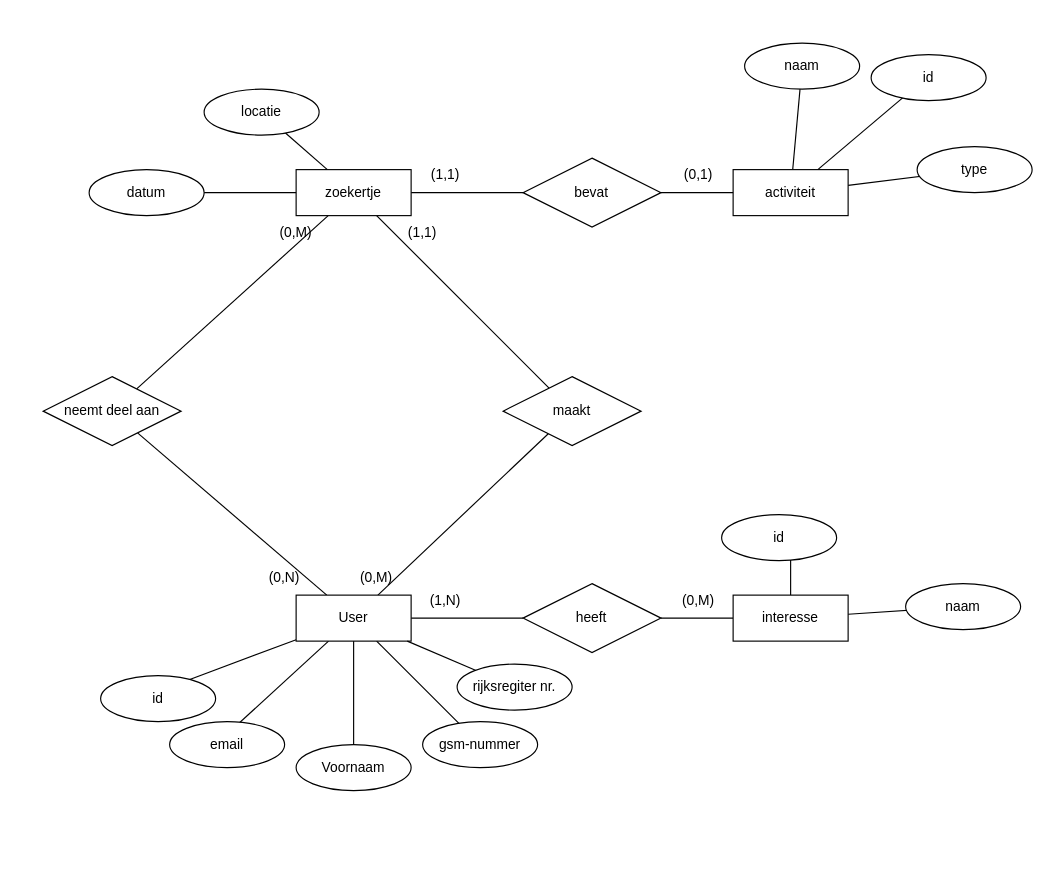
Before: analysis/conceptueelmodel.drawio in UCLL-Full-stack/project2425-group6-15, a draw.io diagram. Source tidied: cells renumbered, new cells numbered last; positions are measured from the earlier drawing's top-left corner, leaving out a move shared by most shapes. Both pictures are drawn from the tidied source at 115%, with x=0, y=0 at pixel (43, 43).
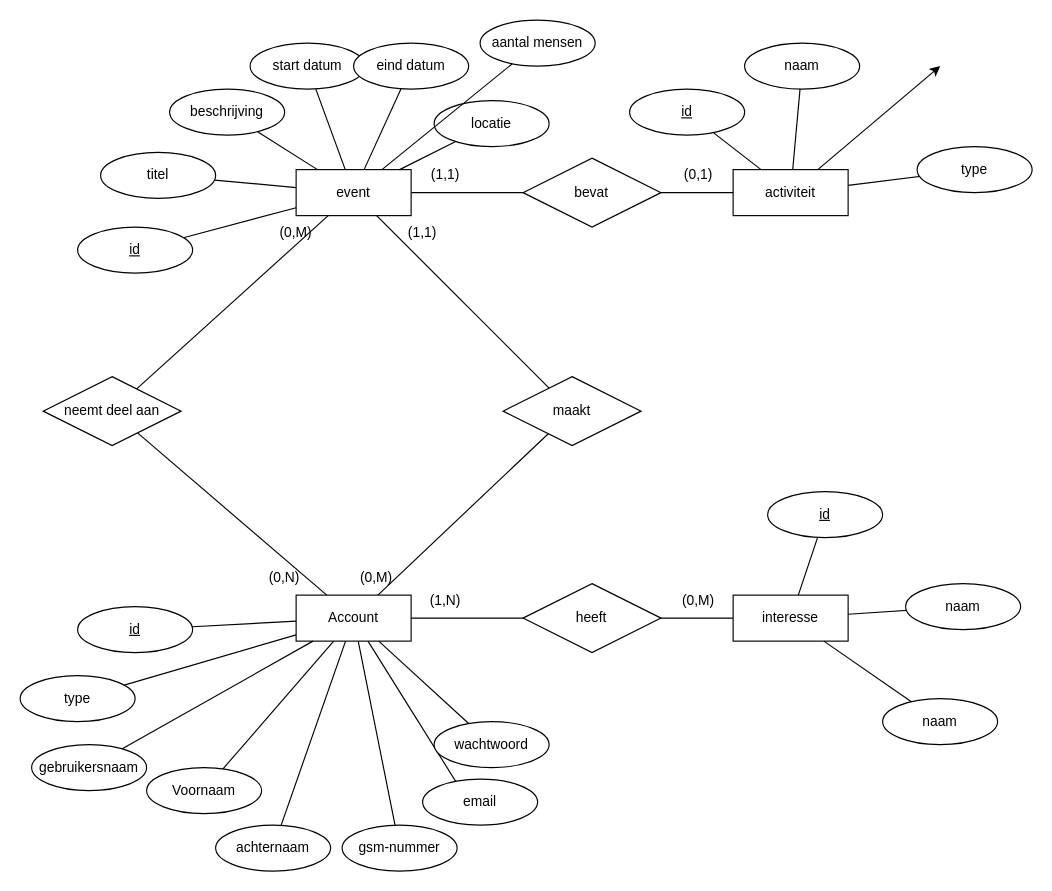
After the change.

Commit message:
conseptueel model in orde

The change refers to these unchanged cells:
```xml
<mxCell id="19" value="activiteit" style="whiteSpace=wrap;html=1;align=center;" parent="1" vertex="1">
  <mxGeometry x="600" y="110" width="100" height="40" as="geometry" />
</mxCell>
<mxCell id="25" value="interesse" style="whiteSpace=wrap;html=1;align=center;" parent="1" vertex="1">
  <mxGeometry x="600" y="480" width="100" height="40" as="geometry" />
</mxCell>
```

What changed in the source:
```diff
@@
-    <mxCell id="7" style="edgeStyle=none;html=1;entryX=0.6;entryY=0.25;entryDx=0;entryDy=0;entryPerimeter=0;" parent="1" edge="1" source="11" target="15">
-      <mxGeometry relative="1" as="geometry" />
-    </mxCell>
@@
-    <mxCell id="11" value="User" style="whiteSpace=wrap;html=1;align=center;" parent="1" vertex="1">
+    <mxCell id="11" value="Account" style="whiteSpace=wrap;html=1;align=center;" parent="1" vertex="1">
       <mxGeometry x="220" y="480" width="100" height="40" as="geometry" />
     </mxCell>
     <mxCell id="12" value="Voornaam" style="ellipse;whiteSpace=wrap;html=1;align=center;" parent="1" vertex="1">
-      <mxGeometry x="220" y="610" width="100" height="40" as="geometry" />
+      <mxGeometry x="90" y="630" width="100" height="40" as="geometry" />
     </mxCell>
     <mxCell id="13" value="gsm-nummer" style="ellipse;whiteSpace=wrap;html=1;align=center;" parent="1" vertex="1">
-      <mxGeometry x="330" y="590" width="100" height="40" as="geometry" />
+      <mxGeometry x="260" y="680" width="100" height="40" as="geometry" />
     </mxCell>
     <mxCell id="14" value="email" style="ellipse;whiteSpace=wrap;html=1;align=center;" parent="1" vertex="1">
-      <mxGeometry x="110" y="590" width="100" height="40" as="geometry" />
+      <mxGeometry x="330" y="640" width="100" height="40" as="geometry" />
     </mxCell>
-    <mxCell id="15" value="id" style="ellipse;whiteSpace=wrap;html=1;align=center;" parent="1" vertex="1">
-      <mxGeometry x="50" y="550" width="100" height="40" as="geometry" />
-    </mxCell>
@@
-    <mxCell id="18" style="edgeStyle=none;html=1;entryX=0.6;entryY=0.25;entryDx=0;entryDy=0;entryPerimeter=0;" parent="1" edge="1" source="19" target="22">
-      <mxGeometry relative="1" as="geometry" />
+    <mxCell id="18" style="edgeStyle=none;html=1;entryX=0.6;entryY=0.25;entryDx=0;entryDy=0;entryPerimeter=0;" parent="1" edge="1" source="19">
+      <mxGeometry relative="1" as="geometry">
+        <mxPoint x="780" y="20" as="targetPoint" />
+      </mxGeometry>
     </mxCell>
@@
-    <mxCell id="22" value="id" style="ellipse;whiteSpace=wrap;html=1;align=center;" parent="1" vertex="1">
-      <mxGeometry x="720" y="10" width="100" height="40" as="geometry" />
-    </mxCell>
@@
-    <mxCell id="24" style="edgeStyle=none;html=1;entryX=0.6;entryY=0.5;entryDx=0;entryDy=0;entryPerimeter=0;" parent="1" edge="1" source="25" target="27">
-      <mxGeometry relative="1" as="geometry" />
-    </mxCell>
@@
-    <mxCell id="27" value="id" style="ellipse;whiteSpace=wrap;html=1;align=center;" parent="1" vertex="1">
-      <mxGeometry x="590" y="410" width="100" height="40" as="geometry" />
-    </mxCell>
@@
-    <mxCell id="31" value="zoekertje" style="whiteSpace=wrap;html=1;align=center;" parent="1" vertex="1">
+    <mxCell id="31" value="event" style="whiteSpace=wrap;html=1;align=center;" parent="1" vertex="1">
       <mxGeometry x="220" y="110" width="100" height="40" as="geometry" />
     </mxCell>
@@
-    <mxCell id="34" style="edgeStyle=none;html=1;endArrow=none;endFill=0;" parent="1" edge="1" source="35" target="31">
-      <mxGeometry relative="1" as="geometry" />
-    </mxCell>
-    <mxCell id="35" value="datum" style="ellipse;whiteSpace=wrap;html=1;align=center;" parent="1" vertex="1">
-      <mxGeometry x="40" y="110" width="100" height="40" as="geometry" />
-    </mxCell>
-    <mxCell id="36" style="edgeStyle=none;html=1;endArrow=none;endFill=0;" parent="1" edge="1" source="37" target="31">
-      <mxGeometry relative="1" as="geometry" />
-    </mxCell>
-    <mxCell id="37" value="locatie" style="ellipse;whiteSpace=wrap;html=1;align=center;" parent="1" vertex="1">
-      <mxGeometry x="140" y="40" width="100" height="40" as="geometry" />
-    </mxCell>
@@
-    <mxCell id="41" value="rijksregiter nr." style="ellipse;whiteSpace=wrap;html=1;align=center;" parent="1" vertex="1">
-      <mxGeometry x="360" y="540" width="100" height="40" as="geometry" />
+    <mxCell id="41" value="wachtwoord" style="ellipse;whiteSpace=wrap;html=1;align=center;" parent="1" vertex="1">
+      <mxGeometry x="340" y="590" width="100" height="40" as="geometry" />
     </mxCell>
@@
+    <mxCell id="50" style="edgeStyle=none;html=1;endArrow=none;endFill=0;" parent="1" edge="1" source="51" target="25">
+      <mxGeometry relative="1" as="geometry" />
+    </mxCell>
+    <mxCell id="51" value="naam" style="ellipse;whiteSpace=wrap;html=1;align=center;" parent="1" vertex="1">
+      <mxGeometry x="730" y="570" width="100" height="40" as="geometry" />
+    </mxCell>
+    <mxCell id="52" style="edgeStyle=none;shape=connector;rounded=1;html=1;labelBackgroundColor=default;strokeColor=default;fontFamily=Helvetica;fontSize=11;fontColor=default;endArrow=none;endFill=0;" parent="1" edge="1" source="53" target="25">
+      <mxGeometry relative="1" as="geometry" />
+    </mxCell>
+    <mxCell id="53" value="id" style="ellipse;whiteSpace=wrap;html=1;align=center;fontStyle=4;" parent="1" vertex="1">
+      <mxGeometry x="630" y="390" width="100" height="40" as="geometry" />
+    </mxCell>
+    <mxCell id="54" style="edgeStyle=none;shape=connector;rounded=1;html=1;labelBackgroundColor=default;strokeColor=default;fontFamily=Helvetica;fontSize=11;fontColor=default;endArrow=none;endFill=0;" parent="1" edge="1" source="55" target="11">
+      <mxGeometry relative="1" as="geometry" />
+    </mxCell>
+    <mxCell id="55" value="id" style="ellipse;whiteSpace=wrap;html=1;align=center;fontStyle=4;" parent="1" vertex="1">
+      <mxGeometry x="30" y="490" width="100" height="40" as="geometry" />
+    </mxCell>
+    <mxCell id="56" style="edgeStyle=none;shape=connector;rounded=1;html=1;labelBackgroundColor=default;strokeColor=default;fontFamily=Helvetica;fontSize=11;fontColor=default;endArrow=none;endFill=0;" parent="1" edge="1" source="57" target="11">
+      <mxGeometry relative="1" as="geometry" />
+    </mxCell>
+    <mxCell id="57" value="type" style="ellipse;whiteSpace=wrap;html=1;align=center;" parent="1" vertex="1">
+      <mxGeometry x="-20" y="550" width="100" height="40" as="geometry" />
+    </mxCell>
+    <mxCell id="58" style="edgeStyle=none;shape=connector;rounded=1;html=1;labelBackgroundColor=default;strokeColor=default;fontFamily=Helvetica;fontSize=11;fontColor=default;endArrow=none;endFill=0;" parent="1" edge="1" source="59" target="11">
+      <mxGeometry relative="1" as="geometry" />
+    </mxCell>
+    <mxCell id="59" value="gebruikersnaam" style="ellipse;whiteSpace=wrap;html=1;align=center;" parent="1" vertex="1">
+      <mxGeometry x="-10" y="610" width="100" height="40" as="geometry" />
+    </mxCell>
+    <mxCell id="60" style="edgeStyle=none;shape=connector;rounded=1;html=1;labelBackgroundColor=default;strokeColor=default;fontFamily=Helvetica;fontSize=11;fontColor=default;endArrow=none;endFill=0;" parent="1" edge="1" source="61" target="11">
+      <mxGeometry relative="1" as="geometry" />
+    </mxCell>
+    <mxCell id="61" value="achternaam" style="ellipse;whiteSpace=wrap;html=1;align=center;" parent="1" vertex="1">
+      <mxGeometry x="150" y="680" width="100" height="40" as="geometry" />
+    </mxCell>
+    <mxCell id="62" style="edgeStyle=none;shape=connector;rounded=1;html=1;labelBackgroundColor=default;strokeColor=default;fontFamily=Helvetica;fontSize=11;fontColor=default;endArrow=none;endFill=0;" parent="1" edge="1" source="63" target="31">
+      <mxGeometry relative="1" as="geometry" />
+    </mxCell>
+    <mxCell id="63" value="id" style="ellipse;whiteSpace=wrap;html=1;align=center;fontStyle=4;" parent="1" vertex="1">
+      <mxGeometry x="30" y="160" width="100" height="40" as="geometry" />
+    </mxCell>
+    <mxCell id="64" style="edgeStyle=none;shape=connector;rounded=1;html=1;labelBackgroundColor=default;strokeColor=default;fontFamily=Helvetica;fontSize=11;fontColor=default;endArrow=none;endFill=0;" parent="1" edge="1" source="65" target="31">
+      <mxGeometry relative="1" as="geometry" />
+    </mxCell>
+    <mxCell id="65" value="titel" style="ellipse;whiteSpace=wrap;html=1;align=center;" parent="1" vertex="1">
+      <mxGeometry x="50" y="95" width="100" height="40" as="geometry" />
+    </mxCell>
+    <mxCell id="66" style="edgeStyle=none;shape=connector;rounded=1;html=1;labelBackgroundColor=default;strokeColor=default;fontFamily=Helvetica;fontSize=11;fontColor=default;endArrow=none;endFill=0;" parent="1" edge="1" source="67" target="31">
+      <mxGeometry relative="1" as="geometry" />
+    </mxCell>
+    <mxCell id="67" value="beschrijving" style="ellipse;whiteSpace=wrap;html=1;align=center;" parent="1" vertex="1">
+      <mxGeometry x="110" y="40" width="100" height="40" as="geometry" />
+    </mxCell>
+    <mxCell id="68" style="edgeStyle=none;shape=connector;rounded=1;html=1;labelBackgroundColor=default;strokeColor=default;fontFamily=Helvetica;fontSize=11;fontColor=default;endArrow=none;endFill=0;" parent="1" edge="1" source="69" target="31">
+      <mxGeometry relative="1" as="geometry" />
+    </mxCell>
+    <mxCell id="69" value="start datum" style="ellipse;whiteSpace=wrap;html=1;align=center;" parent="1" vertex="1">
+      <mxGeometry x="180" width="100" height="40" as="geometry" />
+    </mxCell>
+    <mxCell id="70" style="edgeStyle=none;shape=connector;rounded=1;html=1;labelBackgroundColor=default;strokeColor=default;fontFamily=Helvetica;fontSize=11;fontColor=default;endArrow=none;endFill=0;" parent="1" edge="1" source="71" target="31">
+      <mxGeometry relative="1" as="geometry" />
+    </mxCell>
+    <mxCell id="71" value="eind datum" style="ellipse;whiteSpace=wrap;html=1;align=center;" parent="1" vertex="1">
+      <mxGeometry x="270" width="100" height="40" as="geometry" />
+    </mxCell>
+    <mxCell id="36" style="edgeStyle=none;shape=connector;rounded=1;html=1;labelBackgroundColor=default;strokeColor=default;fontFamily=Helvetica;fontSize=11;fontColor=default;endArrow=none;endFill=0;" parent="1" edge="1" source="37" target="31">
+      <mxGeometry relative="1" as="geometry" />
+    </mxCell>
+    <mxCell id="37" value="locatie" style="ellipse;whiteSpace=wrap;html=1;align=center;" parent="1" vertex="1">
+      <mxGeometry x="340" y="50" width="100" height="40" as="geometry" />
+    </mxCell>
+    <mxCell id="72" style="edgeStyle=none;shape=connector;rounded=1;html=1;labelBackgroundColor=default;strokeColor=default;fontFamily=Helvetica;fontSize=11;fontColor=default;endArrow=none;endFill=0;" parent="1" edge="1" source="73" target="31">
+      <mxGeometry relative="1" as="geometry" />
+    </mxCell>
+    <mxCell id="73" value="aantal mensen" style="ellipse;whiteSpace=wrap;html=1;align=center;" parent="1" vertex="1">
+      <mxGeometry x="380" y="-20" width="100" height="40" as="geometry" />
+    </mxCell>
+    <mxCell id="74" style="edgeStyle=none;shape=connector;rounded=1;html=1;labelBackgroundColor=default;strokeColor=default;fontFamily=Helvetica;fontSize=11;fontColor=default;endArrow=none;endFill=0;" parent="1" edge="1" source="75" target="19">
+      <mxGeometry relative="1" as="geometry" />
+    </mxCell>
+    <mxCell id="75" value="id" style="ellipse;whiteSpace=wrap;html=1;align=center;fontStyle=4;" parent="1" vertex="1">
+      <mxGeometry x="510" y="40" width="100" height="40" as="geometry" />
+    </mxCell>
```
